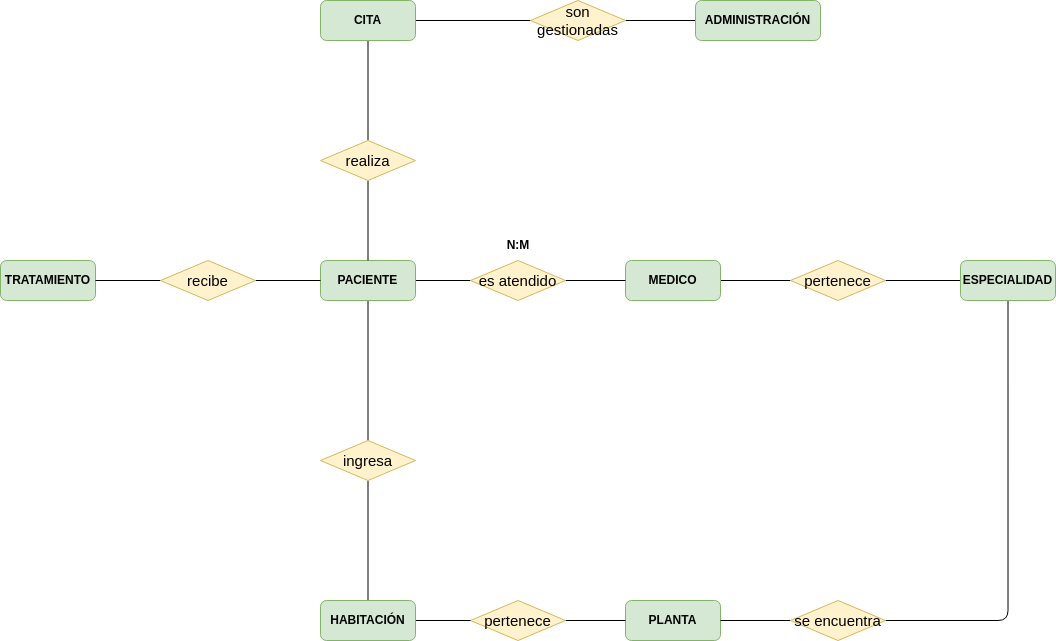
This is entidad_relacion.drawio.png from dawproyectos/proyecto_bae, a draw.io export, as it was before one commit. Source tidied: cells renumbered, new cells last; positions are measured from the earlier drawing's top-left corner, leaving out a move shared by most shapes.
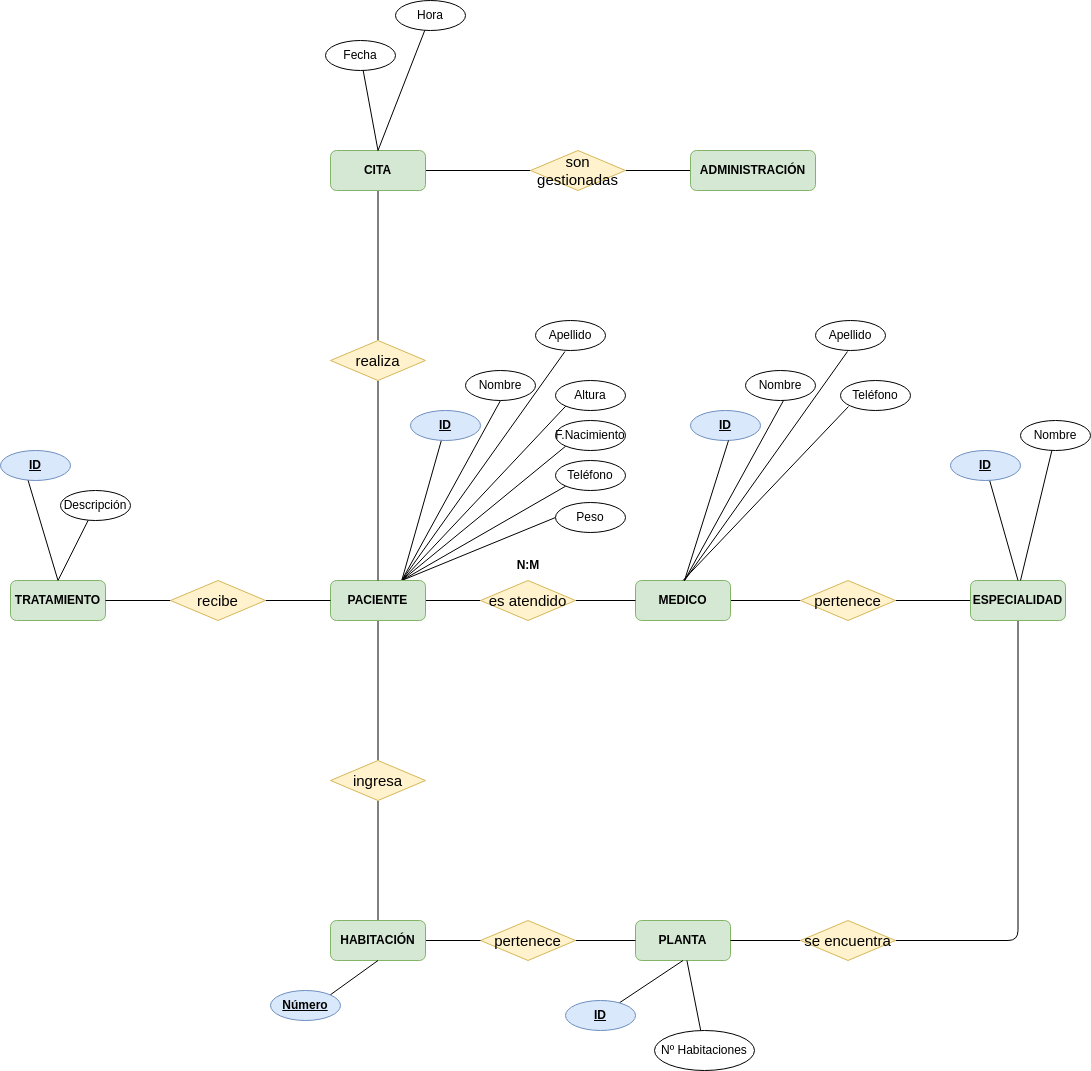
Later version of the same file.

The edit, as a diff of the source:
```diff
@@ -8,6 +8,27 @@
     <mxCell id="3" style="edgeStyle=orthogonalEdgeStyle;rounded=1;jettySize=auto;html=1;entryX=0.5;entryY=0;entryDx=0;entryDy=0;endArrow=none;endFill=0;align=center;" parent="1" edge="1" source="4" target="23">
       <mxGeometry relative="1" as="geometry" />
     </mxCell>
+    <mxCell id="35" style="rounded=0;jettySize=auto;html=1;exitX=0.75;exitY=0;exitDx=0;exitDy=0;endArrow=none;endFill=0;" parent="1" edge="1" source="4" target="43">
+      <mxGeometry relative="1" as="geometry" />
+    </mxCell>
+    <mxCell id="36" style="rounded=0;jettySize=auto;html=1;exitX=0.75;exitY=0;exitDx=0;exitDy=0;entryX=0.5;entryY=1;entryDx=0;entryDy=0;endArrow=none;endFill=0;" parent="1" edge="1" source="4" target="44">
+      <mxGeometry relative="1" as="geometry" />
+    </mxCell>
+    <mxCell id="37" style="rounded=0;jettySize=auto;html=1;exitX=0.75;exitY=0;exitDx=0;exitDy=0;entryX=0.421;entryY=1.033;entryDx=0;entryDy=0;entryPerimeter=0;endArrow=none;endFill=0;" parent="1" edge="1" source="4" target="45">
+      <mxGeometry relative="1" as="geometry" />
+    </mxCell>
+    <mxCell id="38" style="rounded=0;jettySize=auto;html=1;exitX=0.75;exitY=0;exitDx=0;exitDy=0;entryX=0;entryY=1;entryDx=0;entryDy=0;endArrow=none;endFill=0;" parent="1" edge="1" source="4" target="47">
+      <mxGeometry relative="1" as="geometry" />
+    </mxCell>
+    <mxCell id="39" style="rounded=0;jettySize=auto;html=1;exitX=0.75;exitY=0;exitDx=0;exitDy=0;entryX=0;entryY=1;entryDx=0;entryDy=0;endArrow=none;endFill=0;" parent="1" edge="1" source="4" target="49">
+      <mxGeometry relative="1" as="geometry" />
+    </mxCell>
+    <mxCell id="40" style="rounded=0;jettySize=auto;html=1;exitX=0.75;exitY=0;exitDx=0;exitDy=0;entryX=0;entryY=1;entryDx=0;entryDy=0;endArrow=none;endFill=0;" parent="1" edge="1" source="4" target="48">
+      <mxGeometry relative="1" as="geometry" />
+    </mxCell>
+    <mxCell id="41" style="rounded=0;jettySize=auto;html=1;exitX=0.75;exitY=0;exitDx=0;exitDy=0;entryX=0;entryY=0.5;entryDx=0;entryDy=0;endArrow=none;endFill=0;" parent="1" edge="1" source="4" target="46">
+      <mxGeometry relative="1" as="geometry" />
+    </mxCell>
     <mxCell id="4" value="PACIENTE" style="rounded=1;whiteSpace=wrap;html=1;fillColor=#d5e8d4;strokeColor=#82b366;fontStyle=1;align=center;" parent="1" vertex="1">
       <mxGeometry x="320" y="260" width="95" height="40" as="geometry" />
     </mxCell>
@@ -44,6 +65,9 @@
     <mxCell id="15" value="se encuentra" style="shape=rhombus;perimeter=rhombusPerimeter;whiteSpace=wrap;html=1;align=center;fillColor=#fff2cc;strokeColor=#d6b656;fontSize=15;" parent="1" vertex="1">
       <mxGeometry x="790" y="600" width="95" height="40" as="geometry" />
     </mxCell>
+    <mxCell id="42" style="rounded=0;jettySize=auto;html=1;exitX=0.5;exitY=0;exitDx=0;exitDy=0;entryX=0.386;entryY=0.933;entryDx=0;entryDy=0;entryPerimeter=0;endArrow=none;endFill=0;" parent="1" edge="1" source="16" target="74">
+      <mxGeometry relative="1" as="geometry" />
+    </mxCell>
     <mxCell id="16" value="TRATAMIENTO" style="rounded=1;whiteSpace=wrap;html=1;fillColor=#d5e8d4;strokeColor=#82b366;fontStyle=1;" parent="1" vertex="1">
       <mxGeometry y="260" width="95" height="40" as="geometry" />
     </mxCell>
@@ -54,13 +78,13 @@
       <mxGeometry relative="1" as="geometry" />
     </mxCell>
     <mxCell id="19" value="realiza" style="shape=rhombus;perimeter=rhombusPerimeter;whiteSpace=wrap;html=1;align=center;fillColor=#fff2cc;strokeColor=#d6b656;fontSize=15;" parent="1" vertex="1">
-      <mxGeometry x="320" y="140" width="95" height="40" as="geometry" />
+      <mxGeometry x="320" y="20" width="95" height="40" as="geometry" />
     </mxCell>
     <mxCell id="20" style="edgeStyle=orthogonalEdgeStyle;rounded=0;jettySize=auto;html=1;entryX=0;entryY=0.5;entryDx=0;entryDy=0;endArrow=none;endFill=0;" parent="1" edge="1" source="21" target="25">
       <mxGeometry relative="1" as="geometry" />
     </mxCell>
     <mxCell id="21" value="CITA" style="rounded=1;whiteSpace=wrap;html=1;fillColor=#d5e8d4;strokeColor=#82b366;fontStyle=1;align=center;" parent="1" vertex="1">
-      <mxGeometry x="320" width="95" height="40" as="geometry" />
+      <mxGeometry x="320" y="-170" width="95" height="40" as="geometry" />
     </mxCell>
     <mxCell id="22" style="edgeStyle=orthogonalEdgeStyle;rounded=0;jettySize=auto;html=1;entryX=0.5;entryY=0;entryDx=0;entryDy=0;endArrow=none;endFill=0;" parent="1" edge="1" source="23" target="33">
       <mxGeometry relative="1" as="geometry" />
@@ -72,10 +96,10 @@
       <mxGeometry relative="1" as="geometry" />
     </mxCell>
     <mxCell id="25" value="son gestionadas" style="shape=rhombus;perimeter=rhombusPerimeter;whiteSpace=wrap;html=1;align=center;fillColor=#fff2cc;strokeColor=#d6b656;fontSize=15;" parent="1" vertex="1">
-      <mxGeometry x="530" width="95" height="40" as="geometry" />
+      <mxGeometry x="520" y="-170" width="95" height="40" as="geometry" />
     </mxCell>
     <mxCell id="26" value="ADMINISTRACIÓN" style="rounded=1;whiteSpace=wrap;html=1;fillColor=#d5e8d4;strokeColor=#82b366;fontStyle=1;align=center;" parent="1" vertex="1">
-      <mxGeometry x="695" width="125" height="40" as="geometry" />
+      <mxGeometry x="680" y="-170" width="125" height="40" as="geometry" />
     </mxCell>
     <mxCell id="27" style="edgeStyle=orthogonalEdgeStyle;rounded=0;jettySize=auto;html=1;entryX=0;entryY=0.5;entryDx=0;entryDy=0;endArrow=none;endFill=0;" parent="1" edge="1" source="29" target="4">
       <mxGeometry relative="1" as="geometry" />
@@ -101,5 +125,114 @@
     <mxCell id="34" value="&lt;b&gt;N:M&lt;/b&gt;" style="text;html=1;strokeColor=none;fillColor=none;align=center;verticalAlign=middle;whiteSpace=wrap;rounded=0;" parent="1" vertex="1">
       <mxGeometry x="487.5" y="230" width="60" height="30" as="geometry" />
     </mxCell>
+    <mxCell id="43" value="ID" style="ellipse;whiteSpace=wrap;html=1;fillColor=#dae8fc;strokeColor=#6c8ebf;fontStyle=5;" parent="1" vertex="1">
+      <mxGeometry x="400" y="90" width="70" height="30" as="geometry" />
+    </mxCell>
+    <mxCell id="44" value="Nombre" style="ellipse;whiteSpace=wrap;html=1;" parent="1" vertex="1">
+      <mxGeometry x="455" y="50" width="70" height="30" as="geometry" />
+    </mxCell>
+    <mxCell id="45" value="Apellido" style="ellipse;whiteSpace=wrap;html=1;" parent="1" vertex="1">
+      <mxGeometry x="525" width="70" height="30" as="geometry" />
+    </mxCell>
+    <mxCell id="46" value="Peso" style="ellipse;whiteSpace=wrap;html=1;" parent="1" vertex="1">
+      <mxGeometry x="545" y="182" width="70" height="30" as="geometry" />
+    </mxCell>
+    <mxCell id="47" value="Altura" style="ellipse;whiteSpace=wrap;html=1;" parent="1" vertex="1">
+      <mxGeometry x="545" y="60" width="70" height="30" as="geometry" />
+    </mxCell>
+    <mxCell id="48" value="Teléfono" style="ellipse;whiteSpace=wrap;html=1;" parent="1" vertex="1">
+      <mxGeometry x="545" y="140" width="70" height="30" as="geometry" />
+    </mxCell>
+    <mxCell id="49" value="F.Nacimiento" style="ellipse;whiteSpace=wrap;html=1;" parent="1" vertex="1">
+      <mxGeometry x="545" y="100" width="70" height="30" as="geometry" />
+    </mxCell>
+    <mxCell id="50" value="ID" style="ellipse;whiteSpace=wrap;html=1;fillColor=#dae8fc;strokeColor=#6c8ebf;fontStyle=5;" parent="1" vertex="1">
+      <mxGeometry x="680" y="90" width="70" height="30" as="geometry" />
+    </mxCell>
+    <mxCell id="51" value="Nombre" style="ellipse;whiteSpace=wrap;html=1;" parent="1" vertex="1">
+      <mxGeometry x="735" y="50" width="70" height="30" as="geometry" />
+    </mxCell>
+    <mxCell id="52" value="Apellido" style="ellipse;whiteSpace=wrap;html=1;" parent="1" vertex="1">
+      <mxGeometry x="805" width="70" height="30" as="geometry" />
+    </mxCell>
+    <mxCell id="53" value="Teléfono" style="ellipse;whiteSpace=wrap;html=1;" parent="1" vertex="1">
+      <mxGeometry x="830" y="60" width="70" height="30" as="geometry" />
+    </mxCell>
+    <mxCell id="54" style="rounded=0;orthogonalLoop=1;jettySize=auto;html=1;exitX=0.75;exitY=0;exitDx=0;exitDy=0;endArrow=none;endFill=0;" parent="1" edge="1">
+      <mxGeometry relative="1" as="geometry">
+        <mxPoint x="674" y="260" as="sourcePoint" />
+        <mxPoint x="718" y="120" as="targetPoint" />
+      </mxGeometry>
+    </mxCell>
+    <mxCell id="55" style="rounded=0;orthogonalLoop=1;jettySize=auto;html=1;exitX=0.75;exitY=0;exitDx=0;exitDy=0;entryX=0.5;entryY=1;entryDx=0;entryDy=0;endArrow=none;endFill=0;" parent="1" edge="1">
+      <mxGeometry relative="1" as="geometry">
+        <mxPoint x="674" y="260" as="sourcePoint" />
+        <mxPoint x="773" y="80" as="targetPoint" />
+      </mxGeometry>
+    </mxCell>
+    <mxCell id="56" style="rounded=0;orthogonalLoop=1;jettySize=auto;html=1;exitX=0.75;exitY=0;exitDx=0;exitDy=0;entryX=0.421;entryY=1.033;entryDx=0;entryDy=0;entryPerimeter=0;endArrow=none;endFill=0;" parent="1" edge="1">
+      <mxGeometry relative="1" as="geometry">
+        <mxPoint x="674" y="260" as="sourcePoint" />
+        <mxPoint x="837" y="31" as="targetPoint" />
+      </mxGeometry>
+    </mxCell>
+    <mxCell id="57" style="rounded=0;jettySize=auto;html=1;exitX=0.5;exitY=0;exitDx=0;exitDy=0;entryX=0;entryY=1;entryDx=0;entryDy=0;endArrow=none;endFill=0;" parent="1" edge="1" source="6">
+      <mxGeometry relative="1" as="geometry">
+        <mxPoint x="838" y="86" as="targetPoint" />
+      </mxGeometry>
+    </mxCell>
+    <mxCell id="58" style="rounded=0;jettySize=auto;html=1;endArrow=none;endFill=0;" parent="1" edge="1" source="59">
+      <mxGeometry relative="1" as="geometry">
+        <mxPoint x="1010" y="260" as="targetPoint" />
+      </mxGeometry>
+    </mxCell>
+    <mxCell id="59" value="Nombre" style="ellipse;whiteSpace=wrap;html=1;" parent="1" vertex="1">
+      <mxGeometry x="1010" y="100" width="70" height="30" as="geometry" />
+    </mxCell>
+    <mxCell id="60" style="rounded=0;jettySize=auto;html=1;entryX=0.5;entryY=0;entryDx=0;entryDy=0;endArrow=none;endFill=0;" parent="1" edge="1" source="61" target="12">
+      <mxGeometry relative="1" as="geometry" />
+    </mxCell>
+    <mxCell id="61" value="&lt;b&gt;&lt;u&gt;ID&lt;/u&gt;&lt;/b&gt;" style="ellipse;whiteSpace=wrap;html=1;fillColor=#dae8fc;strokeColor=#6c8ebf;" parent="1" vertex="1">
+      <mxGeometry x="940" y="130" width="70" height="30" as="geometry" />
+    </mxCell>
+    <mxCell id="62" style="rounded=0;jettySize=auto;html=1;entryX=0.5;entryY=0;entryDx=0;entryDy=0;endArrow=none;endFill=0;" parent="1" edge="1" source="63" target="21">
+      <mxGeometry relative="1" as="geometry" />
+    </mxCell>
+    <mxCell id="63" value="Fecha" style="ellipse;whiteSpace=wrap;html=1;" parent="1" vertex="1">
+      <mxGeometry x="315" y="-280" width="70" height="30" as="geometry" />
+    </mxCell>
+    <mxCell id="64" style="rounded=0;jettySize=auto;html=1;entryX=0.5;entryY=0;entryDx=0;entryDy=0;endArrow=none;endFill=0;" parent="1" edge="1" source="65" target="21">
+      <mxGeometry relative="1" as="geometry" />
+    </mxCell>
+    <mxCell id="65" value="Hora" style="ellipse;whiteSpace=wrap;html=1;" parent="1" vertex="1">
+      <mxGeometry x="385" y="-320" width="70" height="30" as="geometry" />
+    </mxCell>
+    <mxCell id="66" style="rounded=0;jettySize=auto;html=1;entryX=0.5;entryY=1;entryDx=0;entryDy=0;endArrow=none;endFill=0;" parent="1" edge="1" source="67" target="13">
+      <mxGeometry relative="1" as="geometry" />
+    </mxCell>
+    <mxCell id="67" value="ID" style="ellipse;whiteSpace=wrap;html=1;fontStyle=5;fillColor=#dae8fc;strokeColor=#6c8ebf;" parent="1" vertex="1">
+      <mxGeometry x="555" y="680" width="70" height="30" as="geometry" />
+    </mxCell>
+    <mxCell id="68" style="rounded=0;jettySize=auto;html=1;endArrow=none;endFill=0;" parent="1" edge="1" source="69" target="13">
+      <mxGeometry relative="1" as="geometry" />
+    </mxCell>
+    <mxCell id="69" value="Nº Habitaciones" style="ellipse;whiteSpace=wrap;html=1;" parent="1" vertex="1">
+      <mxGeometry x="644" y="710" width="100" height="40" as="geometry" />
+    </mxCell>
+    <mxCell id="70" style="rounded=0;jettySize=auto;html=1;exitX=1;exitY=0;exitDx=0;exitDy=0;entryX=0.5;entryY=1;entryDx=0;entryDy=0;endArrow=none;endFill=0;" parent="1" edge="1" source="71" target="33">
+      <mxGeometry relative="1" as="geometry" />
+    </mxCell>
+    <mxCell id="71" value="Número" style="ellipse;whiteSpace=wrap;html=1;fontStyle=5;fillColor=#dae8fc;strokeColor=#6c8ebf;" parent="1" vertex="1">
+      <mxGeometry x="260" y="670" width="70" height="30" as="geometry" />
+    </mxCell>
+    <mxCell id="72" style="rounded=0;jettySize=auto;html=1;entryX=0.5;entryY=0;entryDx=0;entryDy=0;endArrow=none;endFill=0;" parent="1" edge="1" source="73" target="16">
+      <mxGeometry relative="1" as="geometry" />
+    </mxCell>
+    <mxCell id="73" value="Descripción" style="ellipse;whiteSpace=wrap;html=1;" parent="1" vertex="1">
+      <mxGeometry x="50" y="170" width="70" height="30" as="geometry" />
+    </mxCell>
+    <mxCell id="74" value="&lt;b&gt;&lt;u&gt;ID&lt;/u&gt;&lt;/b&gt;" style="ellipse;whiteSpace=wrap;html=1;fillColor=#dae8fc;strokeColor=#6c8ebf;" parent="1" vertex="1">
+      <mxGeometry x="-10" y="130" width="70" height="30" as="geometry" />
+    </mxCell>
   </root>
 </mxGraphModel>
```
